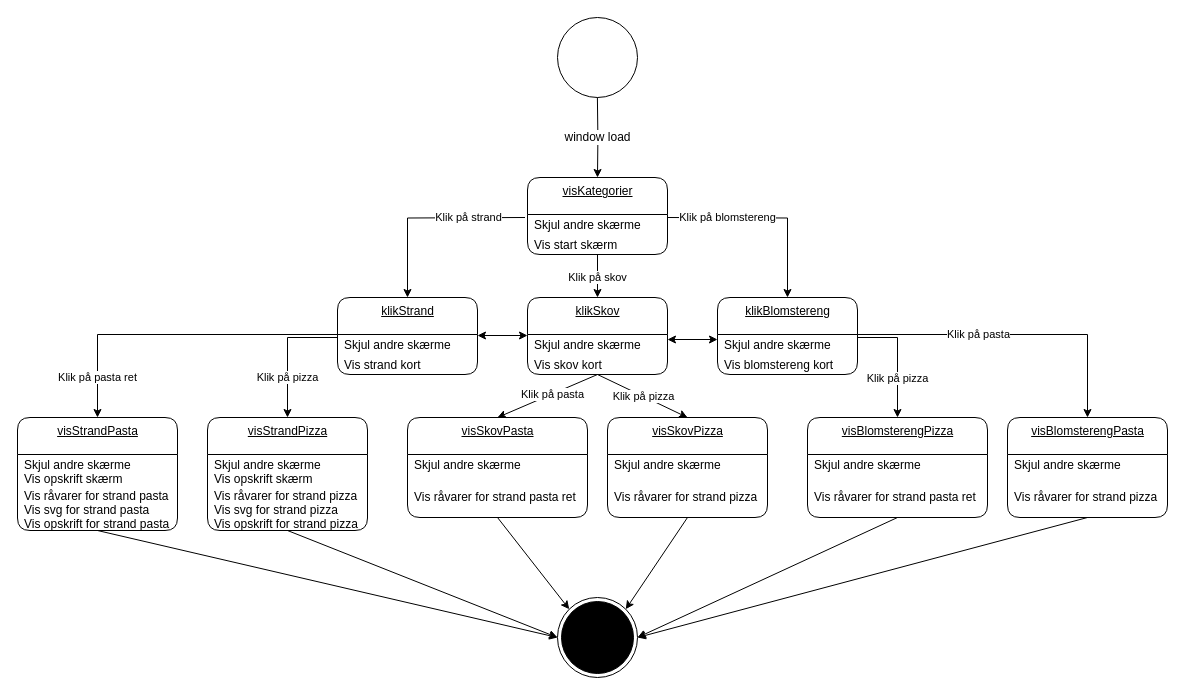
Before: dokumentation/state-machine-diagram.drawio in Onushkis/vild_mad_teme_7, a draw.io diagram. Source tidied: cells renumbered, new cells numbered last; positions are measured from the earlier drawing's top-left corner, leaving out a move shared by most shapes. Both pictures are drawn from the tidied source at 100%, with x=0, y=0 at pixel (17, 17).
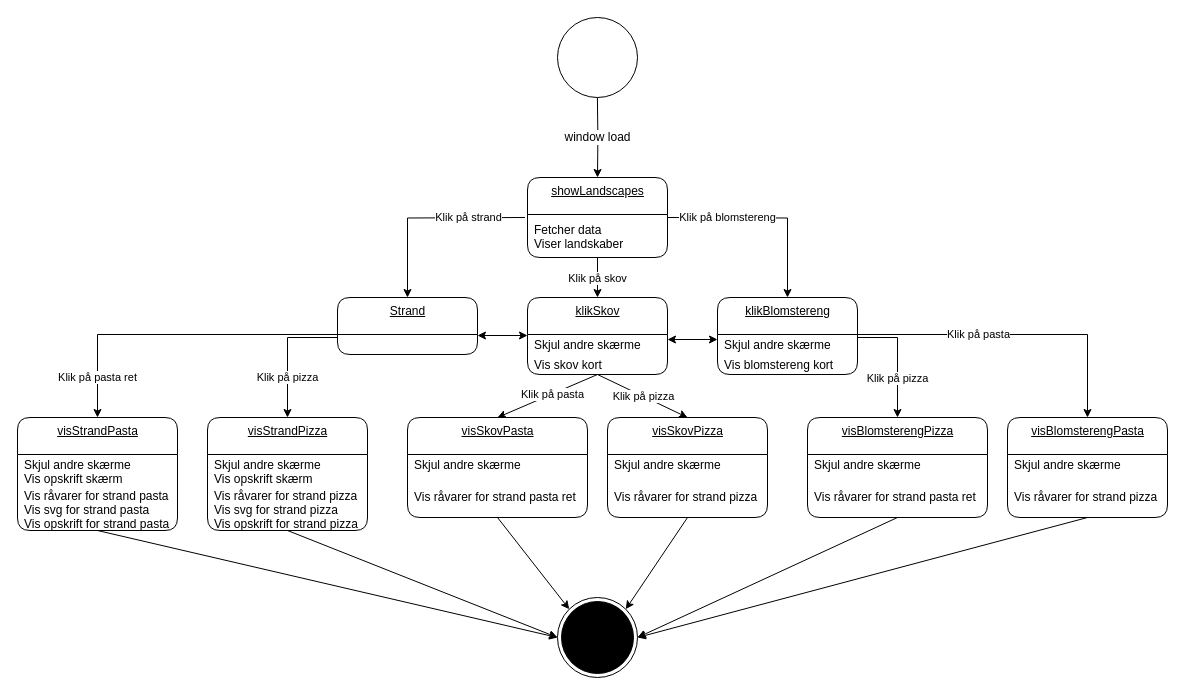
After the change.

What changed in the source:
```diff
@@
-    <mxCell id="4" value="visKategorier" style="swimlane;fontStyle=4;align=center;verticalAlign=top;horizontal=1;startSize=37;html=1;rounded=1;absoluteArcSize=1;arcSize=25;" parent="1" vertex="1">
-      <mxGeometry x="510" y="160" width="140" height="77" as="geometry" />
+    <mxCell id="4" value="showLandscapes" style="swimlane;fontStyle=4;align=center;verticalAlign=top;horizontal=1;startSize=37;html=1;rounded=1;absoluteArcSize=1;arcSize=25;" parent="1" vertex="1">
+      <mxGeometry x="510" y="160" width="140" height="80" as="geometry" />
     </mxCell>
-    <mxCell id="5" value="Skjul andre skærme" style="fillColor=none;strokeColor=none;align=left;verticalAlign=middle;spacingLeft=5;" parent="4" vertex="1">
-      <mxGeometry y="37" width="140" height="20" as="geometry" />
-    </mxCell>
-    <mxCell id="6" value="Vis start skærm" style="fillColor=none;strokeColor=none;align=left;verticalAlign=middle;spacingLeft=5;" parent="4" vertex="1">
-      <mxGeometry y="57" width="140" height="20" as="geometry" />
+    <mxCell id="6" value="Fetcher data&#10;Viser landskaber" style="fillColor=none;strokeColor=none;align=left;verticalAlign=middle;spacingLeft=5;" parent="4" vertex="1">
+      <mxGeometry y="37" width="140" height="43" as="geometry" />
     </mxCell>
-    <mxCell id="7" value="klikStrand" style="swimlane;fontStyle=4;align=center;verticalAlign=top;horizontal=1;startSize=37;html=1;rounded=1;absoluteArcSize=1;arcSize=25;" parent="1" vertex="1">
-      <mxGeometry x="320" y="280" width="140" height="77" as="geometry" />
+    <mxCell id="7" value="Strand" style="swimlane;fontStyle=4;align=center;verticalAlign=top;horizontal=1;startSize=37;html=1;rounded=1;absoluteArcSize=1;arcSize=25;" parent="1" vertex="1">
+      <mxGeometry x="320" y="280" width="140" height="57" as="geometry" />
     </mxCell>
-    <mxCell id="8" value="Skjul andre skærme" style="fillColor=none;strokeColor=none;align=left;verticalAlign=middle;spacingLeft=5;" parent="7" vertex="1">
-      <mxGeometry y="37" width="140" height="20" as="geometry" />
-    </mxCell>
-    <mxCell id="9" value="Vis strand kort" style="fillColor=none;strokeColor=none;align=left;verticalAlign=middle;spacingLeft=5;" parent="7" vertex="1">
-      <mxGeometry y="57" width="140" height="20" as="geometry" />
-    </mxCell>
@@
-    <mxCell id="35" value="Klik på pasta ret" style="edgeStyle=orthogonalEdgeStyle;rounded=0;jettySize=auto;html=1;entryX=0.5;entryY=0;entryDx=0;entryDy=0;exitX=0;exitY=0;exitDx=0;exitDy=0;" parent="1" edge="1" source="8">
+    <mxCell id="35" value="Klik på pasta ret" style="edgeStyle=orthogonalEdgeStyle;rounded=0;orthogonalLoop=1;jettySize=auto;html=1;entryX=0.5;entryY=0;entryDx=0;entryDy=0;exitX=0;exitY=0;exitDx=0;exitDy=0;" parent="1" edge="1">
       <mxGeometry x="0.75" relative="1" as="geometry">
+        <mxPoint x="320" y="317" as="sourcePoint" />
         <mxPoint x="80" y="400" as="targetPoint" />
         <Array as="points">
           <mxPoint x="80" y="317" />
         </Array>
       </mxGeometry>
     </mxCell>
```
